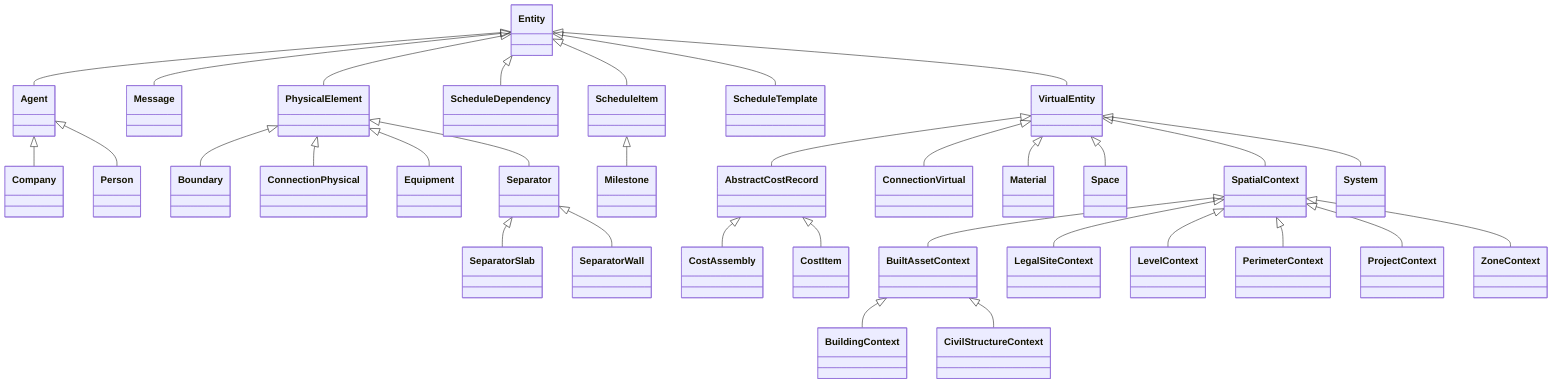
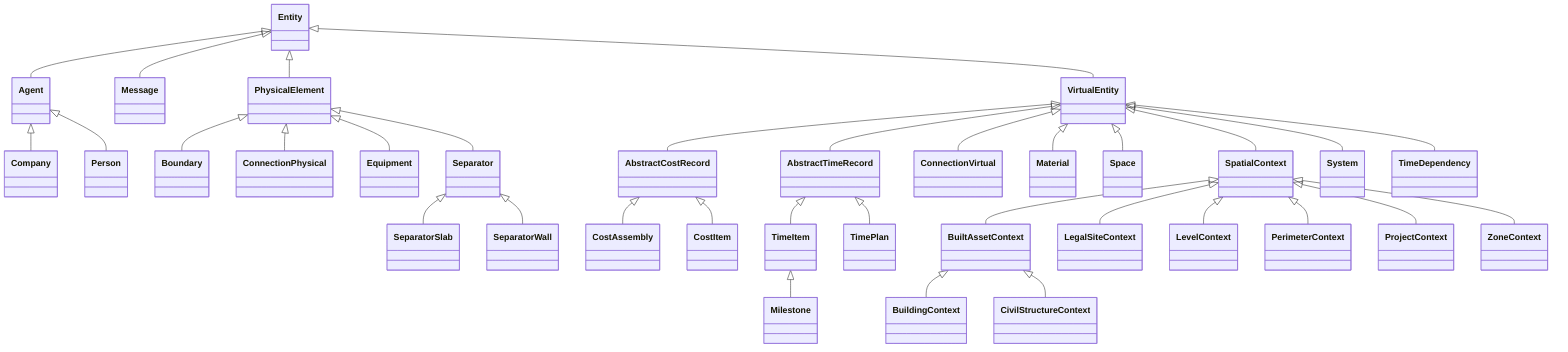
classDiagram
  direction TB
  Entity <|-- Agent
  Agent <|-- Company
  Agent <|-- Person
  Entity <|-- Message
  Entity <|-- PhysicalElement
  PhysicalElement <|-- Boundary
  PhysicalElement <|-- ConnectionPhysical
  PhysicalElement <|-- Equipment
  PhysicalElement <|-- Separator
  Separator <|-- SeparatorSlab
  Separator <|-- SeparatorWall
-   Entity <|-- ScheduleDependency
-   Entity <|-- ScheduleItem
-   ScheduleItem <|-- Milestone
-   Entity <|-- ScheduleTemplate
  Entity <|-- VirtualEntity
  VirtualEntity <|-- AbstractCostRecord
  AbstractCostRecord <|-- CostAssembly
  AbstractCostRecord <|-- CostItem
+   VirtualEntity <|-- AbstractTimeRecord
+   AbstractTimeRecord <|-- TimeItem
+   TimeItem <|-- Milestone
+   AbstractTimeRecord <|-- TimePlan
  VirtualEntity <|-- ConnectionVirtual
  VirtualEntity <|-- Material
  VirtualEntity <|-- Space
  VirtualEntity <|-- SpatialContext
  SpatialContext <|-- BuiltAssetContext
  BuiltAssetContext <|-- BuildingContext
  BuiltAssetContext <|-- CivilStructureContext
  SpatialContext <|-- LegalSiteContext
  SpatialContext <|-- LevelContext
  SpatialContext <|-- PerimeterContext
  SpatialContext <|-- ProjectContext
  SpatialContext <|-- ZoneContext
  VirtualEntity <|-- System
+   VirtualEntity <|-- TimeDependency
